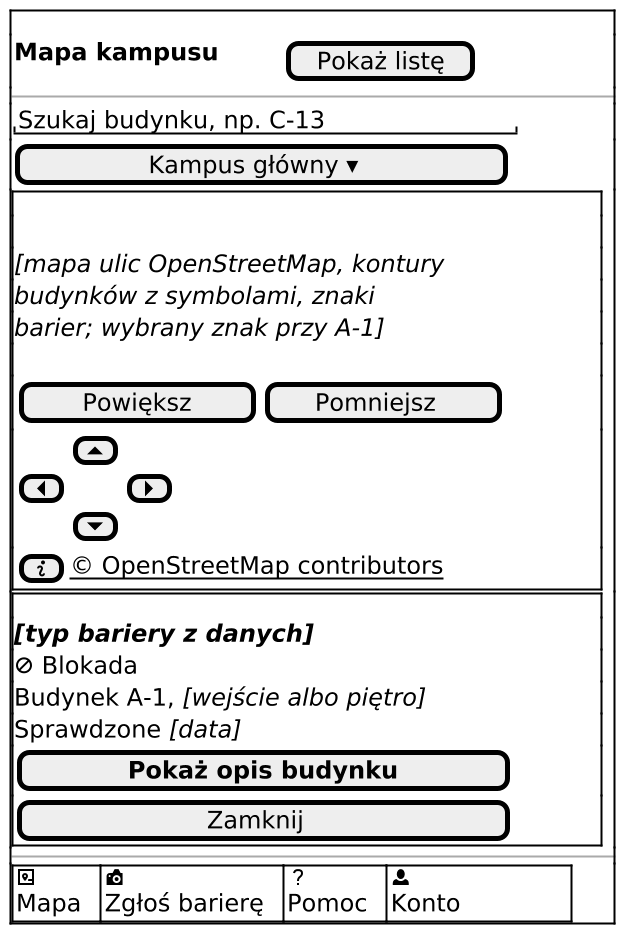
Above: docs/docs/_generated/m-v1-mapa-bariera.png in dostepny-kampus/dostepny-kampus (PlantUML), before the change.
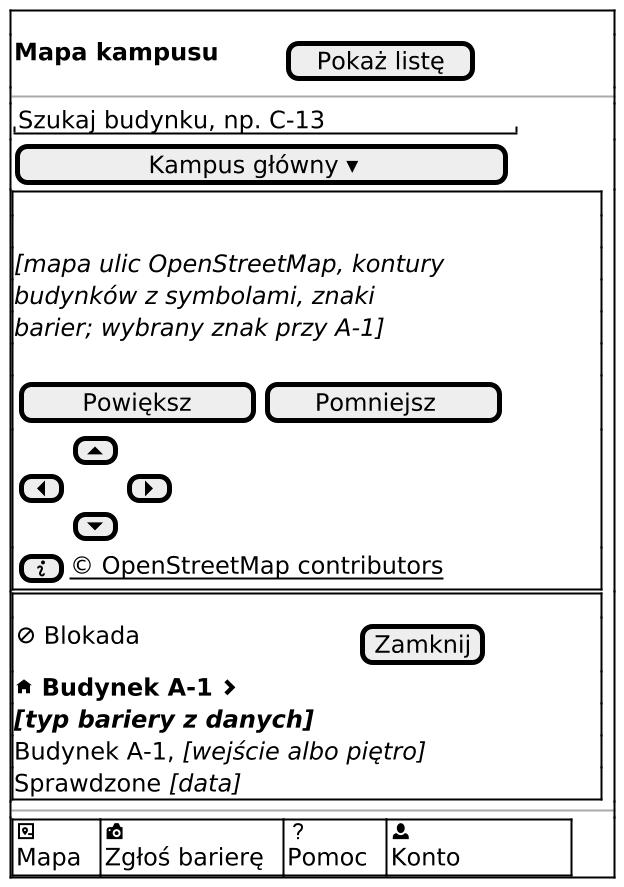
After the commit.

The edit, as a diff of the source:
```diff
@@ -1,5 +1,6 @@
 @startsalt
-' V1 Mapa kampusu, bariera na mapie: arkusz po dotknięciu znaku bariery (US1.3).
+' V1 Mapa kampusu, bariera na mapie: arkusz po dotknięciu znaku bariery (US1.3). Wiersz budynku
+' pod nagłówkiem otwiera kartę V2 budynku bariery.
 !include _wspolne.iuml
 !include _odwiedzajacy.iuml
 $ekran_poczatek()
@@ -8,12 +9,11 @@
 $przycisk("Kampus główny ▾")
 $mapa("mapa ulic OpenStreetMap, kontury budynków z symbolami, znaki barier; wybrany znak przy A-1", "", "info")
 $ramka()
+{ $blokada()$dk_spacje(14) | [Zamknij] }
+$wiersz_budynku()
 <b><i>[typ bariery z danych]</i></b>
-$blokada()
 Budynek A-1, <i>[wejście albo piętro]</i>
 Sprawdzone <i>[data]</i>
-$przycisk_glowny("Pokaż opis budynku")
-$przycisk("Zamknij")
 }
 $pasek_dolny_konto()
 $ekran_koniec()
```
